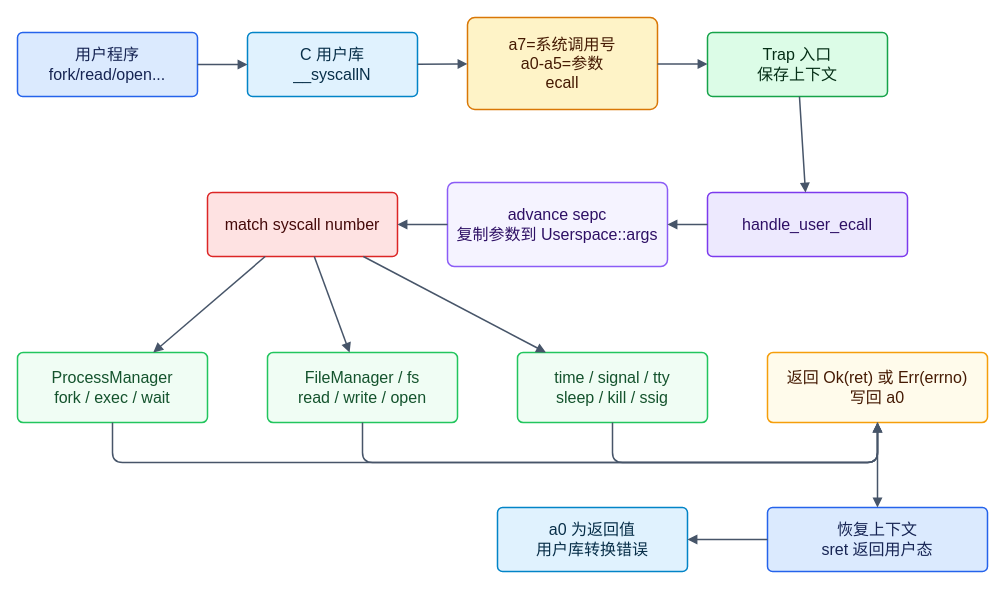
Earlier version of the draw.io diagram figures/syscall-path.drawio (greatbridf/Thesis). Source tidied: cells renumbered, new cells numbered last; positions are measured from the earlier drawing's top-left corner, leaving out a move shared by most shapes. Both pictures are drawn from the tidied source at 100%, with x=0, y=0 at pixel (17, 17).
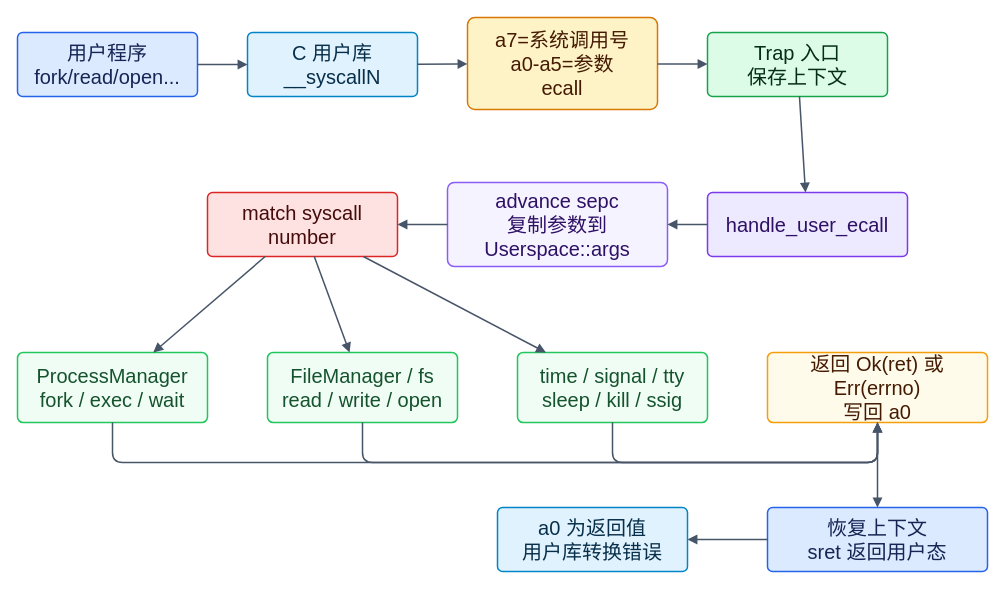
Above is the later version.

Diff of the diagram source:
```diff
@@
-    <mxCell id="2" value="用户程序&lt;br&gt;fork/read/open..." style="rounded=1;whiteSpace=wrap;html=1;fillColor=#dbeafe;strokeColor=#2563eb;fontColor=#172554;arcSize=8;strokeWidth=1.5;fontSize=16;" parent="1" vertex="1">
+    <mxCell id="2" value="用户程序&lt;br&gt;fork/read/open..." style="rounded=1;whiteSpace=wrap;html=1;fillColor=#dbeafe;strokeColor=#2563eb;fontColor=#172554;arcSize=8;strokeWidth=1.5;fontSize=20;" parent="1" vertex="1">
       <mxGeometry y="15" width="180" height="64" as="geometry" />
     </mxCell>
-    <mxCell id="3" value="C 用户库&lt;br&gt;__syscallN" style="rounded=1;whiteSpace=wrap;html=1;fillColor=#e0f2fe;strokeColor=#0284c7;fontColor=#082f49;arcSize=8;strokeWidth=1.5;fontSize=16;" parent="1" vertex="1">
+    <mxCell id="3" value="C 用户库&lt;br&gt;__syscallN" style="rounded=1;whiteSpace=wrap;html=1;fillColor=#e0f2fe;strokeColor=#0284c7;fontColor=#082f49;arcSize=8;strokeWidth=1.5;fontSize=20;" parent="1" vertex="1">
       <mxGeometry x="230" y="15" width="170" height="64" as="geometry" />
     </mxCell>
-    <mxCell id="4" value="a7=系统调用号&lt;br&gt;a0-a5=参数&lt;br&gt;ecall" style="rounded=1;whiteSpace=wrap;html=1;fillColor=#fef3c7;strokeColor=#d97706;fontColor=#451a03;arcSize=8;strokeWidth=1.5;fontSize=16;" parent="1" vertex="1">
+    <mxCell id="4" value="a7=系统调用号&lt;br&gt;a0-a5=参数&lt;br&gt;ecall" style="rounded=1;whiteSpace=wrap;html=1;fillColor=#fef3c7;strokeColor=#d97706;fontColor=#451a03;arcSize=8;strokeWidth=1.5;fontSize=20;" parent="1" vertex="1">
       <mxGeometry x="450" width="190" height="92" as="geometry" />
     </mxCell>
-    <mxCell id="5" value="Trap 入口&lt;br&gt;保存上下文" style="rounded=1;whiteSpace=wrap;html=1;fillColor=#dcfce7;strokeColor=#16a34a;fontColor=#052e16;arcSize=8;strokeWidth=1.5;fontSize=16;" parent="1" vertex="1">
+    <mxCell id="5" value="Trap 入口&lt;br&gt;保存上下文" style="rounded=1;whiteSpace=wrap;html=1;fillColor=#dcfce7;strokeColor=#16a34a;fontColor=#052e16;arcSize=8;strokeWidth=1.5;fontSize=20;" parent="1" vertex="1">
       <mxGeometry x="690" y="15" width="180" height="64" as="geometry" />
     </mxCell>
-    <mxCell id="6" value="handle_user_ecall" style="rounded=1;whiteSpace=wrap;html=1;fillColor=#ede9fe;strokeColor=#7c3aed;fontColor=#2e1065;arcSize=8;strokeWidth=1.5;fontSize=16;" parent="1" vertex="1">
+    <mxCell id="6" value="handle_user_ecall" style="rounded=1;whiteSpace=wrap;html=1;fillColor=#ede9fe;strokeColor=#7c3aed;fontColor=#2e1065;arcSize=8;strokeWidth=1.5;fontSize=20;" parent="1" vertex="1">
       <mxGeometry x="690" y="175" width="200" height="64" as="geometry" />
     </mxCell>
-    <mxCell id="7" value="advance sepc&lt;br&gt;复制参数到 Userspace::args" style="rounded=1;whiteSpace=wrap;html=1;fillColor=#f5f3ff;strokeColor=#8b5cf6;fontColor=#2e1065;arcSize=8;strokeWidth=1.5;fontSize=16;" parent="1" vertex="1">
+    <mxCell id="7" value="advance sepc&lt;br&gt;复制参数到 Userspace::args" style="rounded=1;whiteSpace=wrap;html=1;fillColor=#f5f3ff;strokeColor=#8b5cf6;fontColor=#2e1065;arcSize=8;strokeWidth=1.5;fontSize=20;" parent="1" vertex="1">
       <mxGeometry x="430" y="165" width="220" height="84" as="geometry" />
     </mxCell>
-    <mxCell id="8" value="match syscall number" style="rounded=1;whiteSpace=wrap;html=1;fillColor=#fee2e2;strokeColor=#dc2626;fontColor=#450a0a;arcSize=8;strokeWidth=1.5;fontSize=16;" parent="1" vertex="1">
+    <mxCell id="8" value="match syscall number" style="rounded=1;whiteSpace=wrap;html=1;fillColor=#fee2e2;strokeColor=#dc2626;fontColor=#450a0a;arcSize=8;strokeWidth=1.5;fontSize=20;" parent="1" vertex="1">
       <mxGeometry x="190" y="175" width="190" height="64" as="geometry" />
     </mxCell>
-    <mxCell id="9" value="ProcessManager&lt;br&gt;fork / exec / wait" style="rounded=1;whiteSpace=wrap;html=1;fillColor=#f0fdf4;strokeColor=#22c55e;fontColor=#14532d;arcSize=8;strokeWidth=1.5;fontSize=16;" parent="1" vertex="1">
+    <mxCell id="9" value="ProcessManager&lt;br&gt;fork / exec / wait" style="rounded=1;whiteSpace=wrap;html=1;fillColor=#f0fdf4;strokeColor=#22c55e;fontColor=#14532d;arcSize=8;strokeWidth=1.5;fontSize=20;" parent="1" vertex="1">
       <mxGeometry y="335" width="190" height="70" as="geometry" />
     </mxCell>
-    <mxCell id="10" value="FileManager / fs&lt;br&gt;read / write / open" style="rounded=1;whiteSpace=wrap;html=1;fillColor=#f0fdf4;strokeColor=#22c55e;fontColor=#14532d;arcSize=8;strokeWidth=1.5;fontSize=16;" parent="1" vertex="1">
+    <mxCell id="10" value="FileManager / fs&lt;br&gt;read / write / open" style="rounded=1;whiteSpace=wrap;html=1;fillColor=#f0fdf4;strokeColor=#22c55e;fontColor=#14532d;arcSize=8;strokeWidth=1.5;fontSize=20;" parent="1" vertex="1">
       <mxGeometry x="250" y="335" width="190" height="70" as="geometry" />
     </mxCell>
-    <mxCell id="11" value="time / signal / tty&lt;br&gt;sleep / kill / ssig" style="rounded=1;whiteSpace=wrap;html=1;fillColor=#f0fdf4;strokeColor=#22c55e;fontColor=#14532d;arcSize=8;strokeWidth=1.5;fontSize=16;" parent="1" vertex="1">
+    <mxCell id="11" value="time / signal / tty&lt;br&gt;sleep / kill / ssig" style="rounded=1;whiteSpace=wrap;html=1;fillColor=#f0fdf4;strokeColor=#22c55e;fontColor=#14532d;arcSize=8;strokeWidth=1.5;fontSize=20;" parent="1" vertex="1">
       <mxGeometry x="500" y="335" width="190" height="70" as="geometry" />
     </mxCell>
-    <mxCell id="12" value="返回 Ok(ret) 或 Err(errno)&lt;br&gt;写回 a0" style="rounded=1;whiteSpace=wrap;html=1;fillColor=#fffbeb;strokeColor=#f59e0b;fontColor=#451a03;arcSize=8;strokeWidth=1.5;fontSize=16;" parent="1" vertex="1">
+    <mxCell id="12" value="返回 Ok(ret) 或 Err(errno)&lt;br&gt;写回 a0" style="rounded=1;whiteSpace=wrap;html=1;fillColor=#fffbeb;strokeColor=#f59e0b;fontColor=#451a03;arcSize=8;strokeWidth=1.5;fontSize=20;" parent="1" vertex="1">
       <mxGeometry x="750" y="335" width="220" height="70" as="geometry" />
     </mxCell>
-    <mxCell id="13" value="恢复上下文&lt;br&gt;sret 返回用户态" style="rounded=1;whiteSpace=wrap;html=1;fillColor=#dbeafe;strokeColor=#2563eb;fontColor=#172554;arcSize=8;strokeWidth=1.5;fontSize=16;" parent="1" vertex="1">
+    <mxCell id="13" value="恢复上下文&lt;br&gt;sret 返回用户态" style="rounded=1;whiteSpace=wrap;html=1;fillColor=#dbeafe;strokeColor=#2563eb;fontColor=#172554;arcSize=8;strokeWidth=1.5;fontSize=20;" parent="1" vertex="1">
       <mxGeometry x="750" y="490" width="220" height="64" as="geometry" />
     </mxCell>
-    <mxCell id="14" value="a0 为返回值&lt;br&gt;用户库转换错误" style="rounded=1;whiteSpace=wrap;html=1;fillColor=#e0f2fe;strokeColor=#0284c7;fontColor=#082f49;arcSize=8;strokeWidth=1.5;fontSize=16;" parent="1" vertex="1">
+    <mxCell id="14" value="a0 为返回值&lt;br&gt;用户库转换错误" style="rounded=1;whiteSpace=wrap;html=1;fillColor=#e0f2fe;strokeColor=#0284c7;fontColor=#082f49;arcSize=8;strokeWidth=1.5;fontSize=20;" parent="1" vertex="1">
       <mxGeometry x="480" y="490" width="190" height="64" as="geometry" />
     </mxCell>
```
